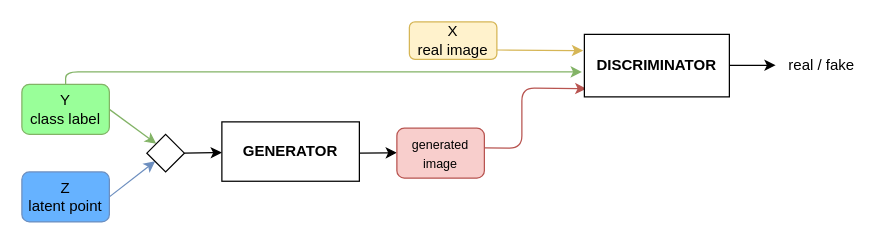
Earlier version of the draw.io diagram plots/cGAN_architecture.drawio (federicoromeo/art-with-GAN). Source tidied: cells renumbered, new cells numbered last; positions are measured from the earlier drawing's top-left corner, leaving out a move shared by most shapes. Both pictures are drawn from the tidied source at 125%, with x=0, y=0 at pixel (21, 21).
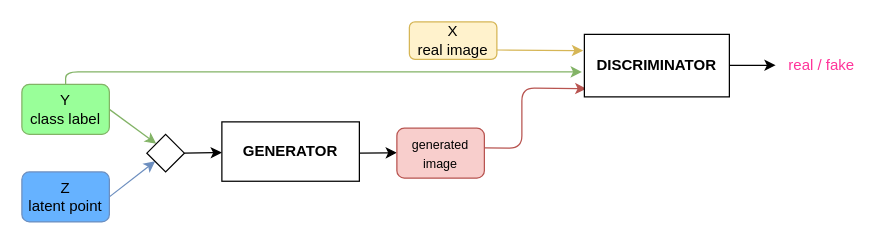
The same page after the edit.

Change to the diagram source:
```diff
@@
-    <mxCell id="14" value="real / fake" style="text;html=1;strokeColor=none;fillColor=none;align=center;verticalAlign=middle;whiteSpace=wrap;rounded=0;" parent="1" vertex="1">
+    <mxCell id="14" value="&lt;font color=&quot;#ff3399&quot;&gt;real / fake&lt;/font&gt;" style="text;html=1;strokeColor=none;fillColor=none;align=center;verticalAlign=middle;whiteSpace=wrap;rounded=0;" parent="1" vertex="1">
       <mxGeometry x="600" y="26.9" width="80" height="16.2" as="geometry" />
     </mxCell>
```
